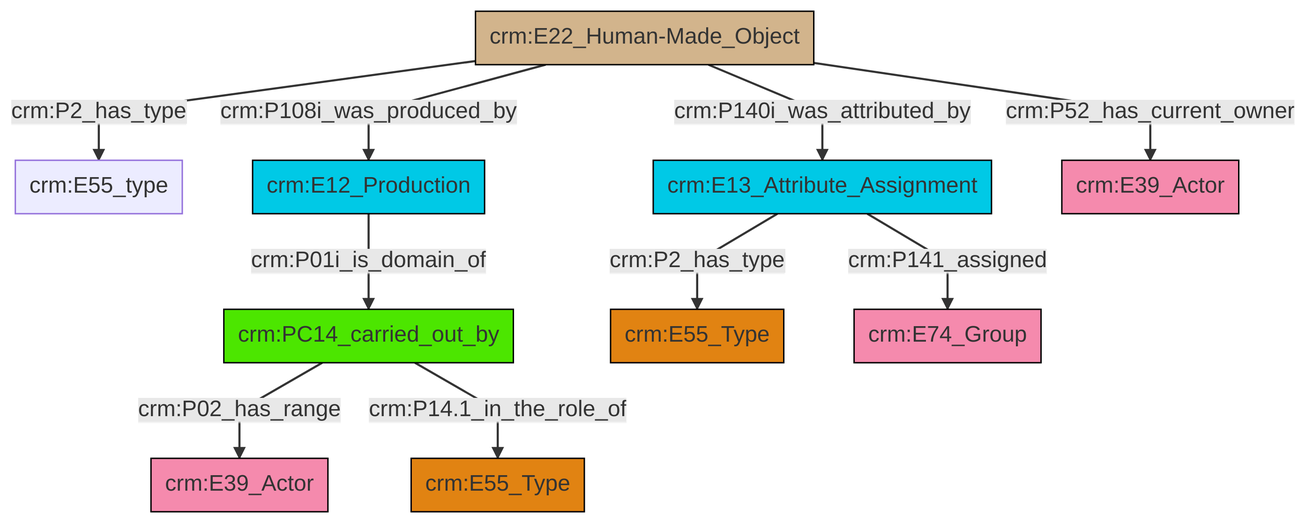
Before: et/builtWorkCSV/ttl/mmd/png/Built_Work_actor_relations.png, a diagram exported from Mermaid (swiss-art-research-net/docs.swissartresearch). Its source is kept beside it as et/builtWorkCSV/ttl/mmd/Built_Work_actor_relations.ttl.mmd.
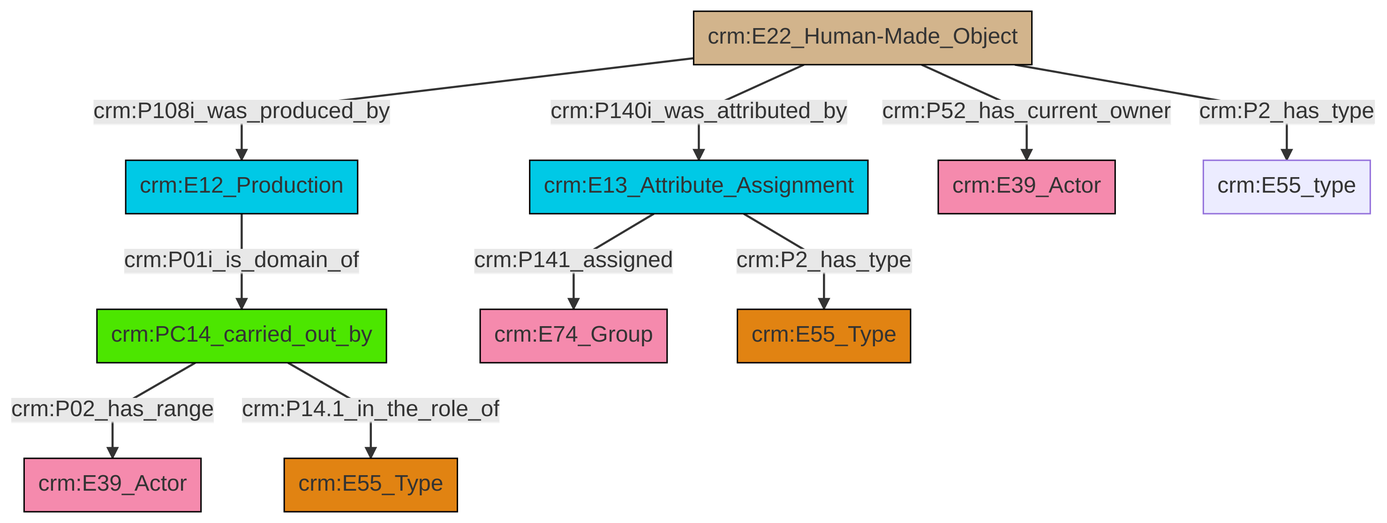
Above is the later version.

Diff of the diagram source:
```diff
@@ -13,12 +13,12 @@
 classDef PC_Classes fill:#4ce600, stroke:#000000;
 classDef Multi fill:#cccccc,stroke:#000000;
 
-2["crm:E22_Human-Made_Object"]:::Physical_Thing -->|crm:P2_has_type| 3["crm:E55_type"]:::Default
-4["crm:PC14_carried_out_by"]:::PC_Classes -->|crm:P02_has_range| 0["crm:E39_Actor"]:::Actor
-9["crm:E12_Production"]:::Temporal_Entity -->|crm:P01i_is_domain_of| 4["crm:PC14_carried_out_by"]:::PC_Classes
-4["crm:PC14_carried_out_by"]:::PC_Classes -->|crm:P14.1_in_the_role_of| 10["crm:E55_Type"]:::Type
-2["crm:E22_Human-Made_Object"]:::Physical_Thing -->|crm:P108i_was_produced_by| 9["crm:E12_Production"]:::Temporal_Entity
-2["crm:E22_Human-Made_Object"]:::Physical_Thing -->|crm:P140i_was_attributed_by| 11["crm:E13_Attribute_Assignment"]:::Temporal_Entity
-2["crm:E22_Human-Made_Object"]:::Physical_Thing -->|crm:P52_has_current_owner| 12["crm:E39_Actor"]:::Actor
-11["crm:E13_Attribute_Assignment"]:::Temporal_Entity -->|crm:P141_assigned| 7["crm:E74_Group"]:::Actor
-11["crm:E13_Attribute_Assignment"]:::Temporal_Entity -->|crm:P2_has_type| 5["crm:E55_Type"]:::Type
+2["crm:E22_Human-Made_Object"]:::Physical_Thing -->|crm:P108i_was_produced_by| 3["crm:E12_Production"]:::Temporal_Entity
+4["crm:PC14_carried_out_by"]:::PC_Classes -->|crm:P02_has_range| 5["crm:E39_Actor"]:::Actor
+2["crm:E22_Human-Made_Object"]:::Physical_Thing -->|crm:P140i_was_attributed_by| 6["crm:E13_Attribute_Assignment"]:::Temporal_Entity
+4["crm:PC14_carried_out_by"]:::PC_Classes -->|crm:P14.1_in_the_role_of| 0["crm:E55_Type"]:::Type
+3["crm:E12_Production"]:::Temporal_Entity -->|crm:P01i_is_domain_of| 4["crm:PC14_carried_out_by"]:::PC_Classes
+6["crm:E13_Attribute_Assignment"]:::Temporal_Entity -->|crm:P141_assigned| 9["crm:E74_Group"]:::Actor
+6["crm:E13_Attribute_Assignment"]:::Temporal_Entity -->|crm:P2_has_type| 14["crm:E55_Type"]:::Type
+2["crm:E22_Human-Made_Object"]:::Physical_Thing -->|crm:P2_has_type| 17["crm:E55_type"]:::Default
+2["crm:E22_Human-Made_Object"]:::Physical_Thing -->|crm:P52_has_current_owner| 11["crm:E39_Actor"]:::Actor
```
